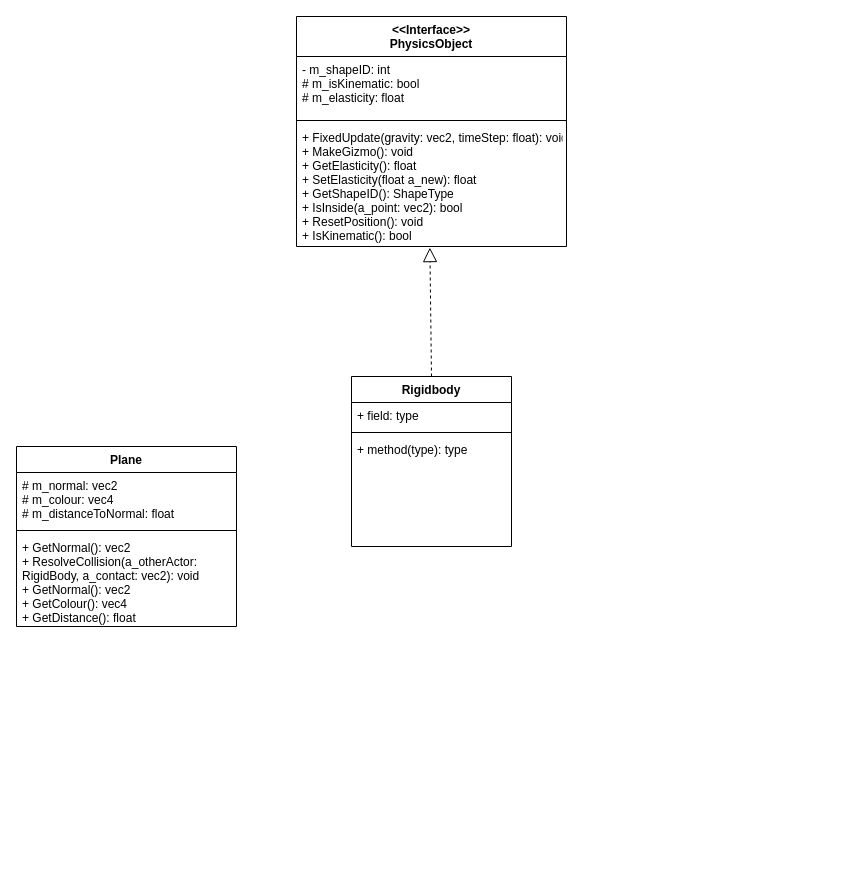
Before: Untitled Diagram.drawio in XYFrenzies/PhysicsProject, a draw.io diagram. Source tidied: cells renumbered, new cells numbered last; positions are measured from the earlier drawing's top-left corner, leaving out a move shared by most shapes. Both pictures are drawn from the tidied source at 100%, with x=0, y=0 at pixel (16, 16).
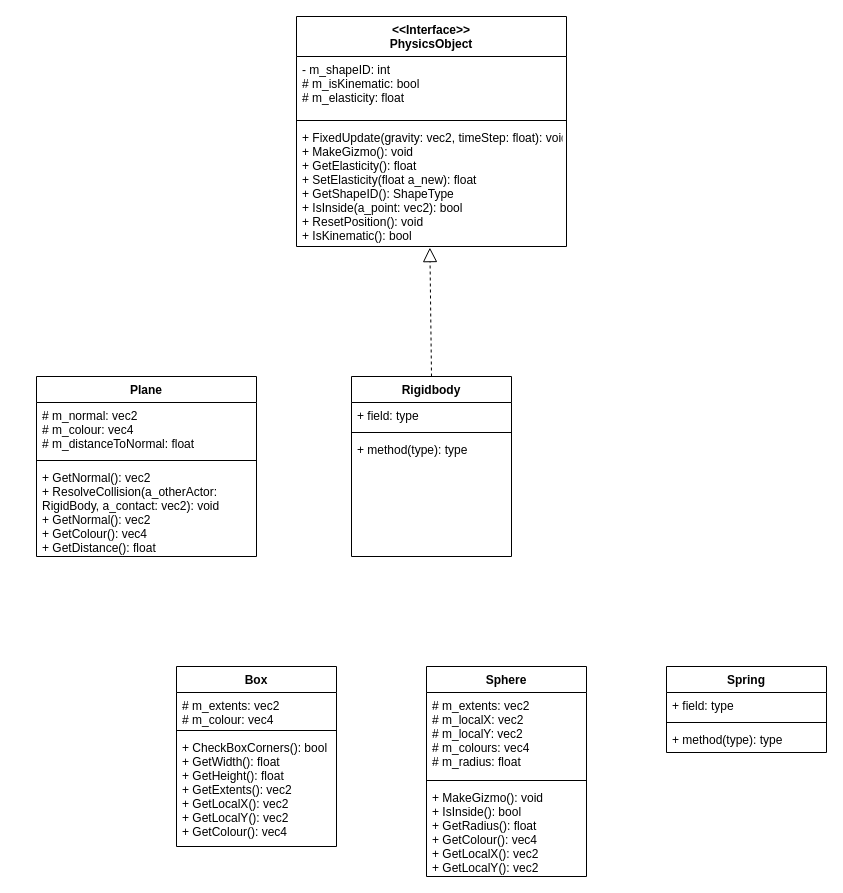
The same diagram, later.

Commit message:
I have added the sphere and the box diagrams, will be working on trhe rigidbody and spring diagrams

The edit, as a diff of the source:
```diff
@@
     <mxCell id="6" value="Plane" style="swimlane;fontStyle=1;align=center;verticalAlign=top;horizontal=1;startSize=26;" parent="1" vertex="1">
-      <mxGeometry y="430" width="220" height="180" as="geometry" />
+      <mxGeometry x="20" y="360" width="220" height="180" as="geometry" />
     </mxCell>
@@
     <mxCell id="10" value="Rigidbody" style="swimlane;fontStyle=1;align=center;verticalAlign=top;horizontal=1;startSize=26;" parent="1" vertex="1">
-      <mxGeometry x="335" y="360" width="160" height="170" as="geometry" />
+      <mxGeometry x="335" y="360" width="160" height="180" as="geometry" />
     </mxCell>
@@
     <mxCell id="13" value="+ method(type): type" style="text;strokeColor=none;fillColor=none;align=left;verticalAlign=top;spacingLeft=4;spacingRight=4;overflow=hidden;" parent="10" vertex="1">
-      <mxGeometry y="60" width="160" height="110" as="geometry" />
+      <mxGeometry y="60" width="160" height="120" as="geometry" />
     </mxCell>
@@
+    <mxCell id="15" value="Box" style="swimlane;fontStyle=1;align=center;verticalAlign=top;horizontal=1;startSize=26;" parent="1" vertex="1">
+      <mxGeometry x="160" y="650" width="160" height="180" as="geometry" />
+    </mxCell>
+    <mxCell id="16" value="# m_extents: vec2&#10;# m_colour: vec4" style="text;strokeColor=none;fillColor=none;align=left;verticalAlign=top;spacingLeft=4;spacingRight=4;overflow=hidden;" parent="15" vertex="1">
+      <mxGeometry y="26" width="160" height="34" as="geometry" />
+    </mxCell>
+    <mxCell id="17" style="line;strokeWidth=1;fillColor=none;align=left;verticalAlign=middle;spacingTop=-1;spacingLeft=3;spacingRight=3;labelPosition=right;" parent="15" vertex="1">
+      <mxGeometry y="60" width="160" height="8" as="geometry" />
+    </mxCell>
+    <mxCell id="18" value="+ CheckBoxCorners(): bool&#10;+ GetWidth(): float&#10;+ GetHeight(): float&#10;+ GetExtents(): vec2&#10;+ GetLocalX(): vec2&#10;+ GetLocalY(): vec2&#10;+ GetColour(): vec4" style="text;strokeColor=none;fillColor=none;align=left;verticalAlign=top;spacingLeft=4;spacingRight=4;overflow=hidden;" parent="15" vertex="1">
+      <mxGeometry y="68" width="160" height="112" as="geometry" />
+    </mxCell>
+    <mxCell id="19" value="Sphere" style="swimlane;fontStyle=1;align=center;verticalAlign=top;horizontal=1;startSize=26;" parent="1" vertex="1">
+      <mxGeometry x="410" y="650" width="160" height="210" as="geometry" />
+    </mxCell>
+    <mxCell id="20" value="# m_extents: vec2&#10;# m_localX: vec2&#10;# m_localY: vec2&#10;# m_colours: vec4&#10;# m_radius: float" style="text;strokeColor=none;fillColor=none;align=left;verticalAlign=top;spacingLeft=4;spacingRight=4;overflow=hidden;" parent="19" vertex="1">
+      <mxGeometry y="26" width="160" height="84" as="geometry" />
+    </mxCell>
+    <mxCell id="21" style="line;strokeWidth=1;fillColor=none;align=left;verticalAlign=middle;spacingTop=-1;spacingLeft=3;spacingRight=3;labelPosition=right;" parent="19" vertex="1">
+      <mxGeometry y="110" width="160" height="8" as="geometry" />
+    </mxCell>
+    <mxCell id="22" value="+ MakeGizmo(): void&#10;+ IsInside(): bool&#10;+ GetRadius(): float&#10;+ GetColour(): vec4&#10;+ GetLocalX(): vec2&#10;+ GetLocalY(): vec2" style="text;strokeColor=none;fillColor=none;align=left;verticalAlign=top;spacingLeft=4;spacingRight=4;overflow=hidden;" parent="19" vertex="1">
+      <mxGeometry y="118" width="160" height="92" as="geometry" />
+    </mxCell>
+    <mxCell id="23" value="Spring" style="swimlane;fontStyle=1;align=center;verticalAlign=top;horizontal=1;startSize=26;" parent="1" vertex="1">
+      <mxGeometry x="650" y="650" width="160" height="86" as="geometry" />
+    </mxCell>
+    <mxCell id="24" value="+ field: type" style="text;strokeColor=none;fillColor=none;align=left;verticalAlign=top;spacingLeft=4;spacingRight=4;overflow=hidden;" parent="23" vertex="1">
+      <mxGeometry y="26" width="160" height="26" as="geometry" />
+    </mxCell>
+    <mxCell id="25" style="line;strokeWidth=1;fillColor=none;align=left;verticalAlign=middle;spacingTop=-1;spacingLeft=3;spacingRight=3;labelPosition=right;" parent="23" vertex="1">
+      <mxGeometry y="52" width="160" height="8" as="geometry" />
+    </mxCell>
+    <mxCell id="26" value="+ method(type): type" style="text;strokeColor=none;fillColor=none;align=left;verticalAlign=top;spacingLeft=4;spacingRight=4;overflow=hidden;" parent="23" vertex="1">
+      <mxGeometry y="60" width="160" height="26" as="geometry" />
+    </mxCell>
```
